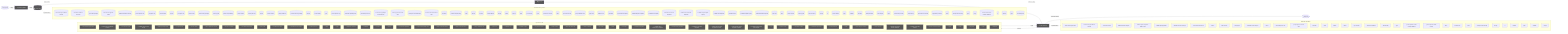
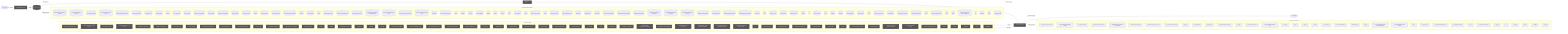
flowchart LR
  UserQ(["👤 User Query"])
  Embed["📐 Embedding Model"]
  VecDB[("📚 Vector Store")]
  Retriever["🔍 Retriever"]
  LLMNode["🧠 LLM / Generator"]
  Output(["✅ Response"])
  UserQ -->|query| Embed
  Embed -->|vector| VecDB
  VecDB -->|top-k chunks| Retriever
  Retriever -->|context + query| LLMNode
  LLMNode -->|generated answer| Output
  subgraph DetectedMemory["Detected memory stores"]
    det_detectedmemory_check_steering_feedback_contract_80134459[("check-steering-feedback-contract")]
    det_detectedmemory_normalize_workflow_contracts_8701f1c8[("normalize-workflow-contracts")]
    det_detectedmemory_sync_codex_preflight_7e7a8dc2[("sync-codex-preflight")]
    det_detectedmemory_test_harness_upgrade_matrix_84113c4e[("test-harness-upgrade-matrix")]
    det_detectedmemory_validate_workflow_contracts_33dc063c[("validate-workflow-contracts")]
    det_detectedmemory_branch_protect_core_a8feb0fd[("branch-protect-core")]
    det_detectedmemory_ci_migrate_core_7005b5af[("ci-migrate-core")]
    det_detectedmemory_context_health_80bb7da9[("context-health")]
    det_detectedmemory_context_ea7792a2[("context")]
    det_detectedmemory_docs_gate_core_eb9b6c18[("docs-gate-core")]
    det_detectedmemory_index_context_de3ed39d[("index-context")]
    det_detectedmemory_local_memory_preflight_dcc36c42[("local-memory-preflight")]
    det_detectedmemory_memory_gate_a577a506[("memory-gate")]
    det_detectedmemory_pattern_scope_siblings_43abe000[("pattern-scope-siblings")]
    det_detectedmemory_review_context_ca6cf81d[("review-context")]
    det_detectedmemory_review_gate_core_4c8001f9[("review-gate-core")]
    det_detectedmemory_search_24193290[("search")]
    det_detectedmemory_session_context_e5ec72c0[("session-context")]
    det_detectedmemory_tooling_audit_core_328d6a41[("tooling-audit-core")]
    det_detectedmemory_run_local_memory_preflight_36e92808[("run-local-memory-preflight")]
    det_detectedmemory_checker_d2d2328e[("checker")]
    det_detectedmemory_context_health_1_ceb11829[("context-health")]
    det_detectedmemory_types_2_d9bc6e7a[("types")]
    det_detectedmemory_branch_protect_sync_570adb18[("branch-protect-sync")]
    det_detectedmemory_command_capability_rules_ca3f496a[("command-capability-rules")]
    det_detectedmemory_command_specs_core_1c0ffc99[("command-specs-core")]
    det_detectedmemory_local_memory_preflight_command_spec_9e23f3ce[("local-memory-preflight-command-spec")]
    det_detectedmemory_memory_gate_command_spec_dc9001a9[("memory-gate-command-spec")]
    det_detectedmemory_review_gate_command_spec_3187376a[("review-gate-command-spec")]
    det_detectedmemory_session_context_command_spec_973afbb1[("session-context-command-spec")]
    det_detectedmemory_constants_7517017f[("constants")]
    det_detectedmemory_context_compact_policy_3dcaf95d[("context-compact-policy")]
    det_detectedmemory_index_2_10143590[("index")]
    det_detectedmemory_indexer_70fa78e5[("indexer")]
    det_detectedmemory_init_error_5c7dd49f[("init-error")]
    det_detectedmemory_lexical_fallback_723e2b3e[("lexical-fallback")]
    det_detectedmemory_ollama_76e3c7bf[("ollama")]
    det_detectedmemory_rollout_a4fa034c[("rollout")]
    det_detectedmemory_sources_878a52fc[("sources")]
    det_detectedmemory_store_824d80d7[("store")]
    det_detectedmemory_sync_contract_c79fa191[("sync-contract")]
    det_detectedmemory_types_7_2f1ed65e[("types")]
    det_detectedmemory_harness_run_context_ac7c77a9[("harness-run-context")]
    det_detectedmemory_index_3_7e40d474[("index")]
    det_detectedmemory_json_schema_core_96d7e328[("json-schema-core")]
    det_detectedmemory_policy_validators_core_714a3fe7[("policy-validators-core")]
    det_detectedmemory_types_core_e405ddca[("types-core")]
    det_detectedmemory_validator_core_4358f8ba[("validator-core")]
    det_detectedmemory_init_modes_c05ceb07[("init-modes")]
    det_detectedmemory_project_brain_templates_7ef51530[("project-brain-templates")]
    det_detectedmemory_scaffold_diagram_templates_dd88e83c[("scaffold-diagram-templates")]
    det_detectedmemory_scaffold_doc_templates_f6152330[("scaffold-doc-templates")]
    det_detectedmemory_scaffold_environment_templates_c1ceba6a[("scaffold-environment-templates")]
    det_detectedmemory_scaffold_root_command_templates_404fed7f[("scaffold-root-command-templates")]
    det_detectedmemory_scaffold_script_template_registry_69312d4e[("scaffold-script-template-registry")]
    det_detectedmemory_scaffold_shell_templates_0ad0f915[("scaffold-shell-templates")]
    det_detectedmemory_scaffold_surfaces_12d6494e[("scaffold-surfaces")]
    det_detectedmemory_scaffold_template_registry_b1cce2aa[("scaffold-template-registry")]
    det_detectedmemory_scaffold_workflow_template_92310587[("scaffold-workflow-template")]
    det_detectedmemory_eval_seed_5699fd3e[("eval-seed")]
    det_detectedmemory_index_8_6f0f20ec[("index")]
    det_detectedmemory_review_context_1_e3afed15[("review-context")]
    det_detectedmemory_memory_gate_1_265164ac[("memory-gate")]
    det_detectedmemory_branch_enforcer_acb749cd[("branch-enforcer")]
    det_detectedmemory_cli_args_5_09ea29f0[("cli-args")]
    det_detectedmemory_cli_6_eac72be2[("cli")]
    det_detectedmemory_metrics_tracker_98cec29c[("metrics-tracker")]
    det_detectedmemory_types_17_ed30531c[("types")]
    det_detectedmemory_validator_4_5180cf23[("validator")]
    det_detectedmemory_classifier_fe1991a9[("classifier")]
    det_detectedmemory_tooling_baseline_50ab2eeb[("tooling-baseline")]
    det_detectedmemory_claim_helpers_20dc8387[("claim-helpers")]
    det_detectedmemory_types_22_f3cf4a73[("types")]
    det_detectedmemory_local_memory_smoke_1175abfc[("local-memory-smoke")]
    det_detectedmemory_local_memory_0db17ecc[("local-memory")]
    det_detectedmemory_performance_overload_c685bfcf[("performance-overload")]
    det_detectedmemory_suggestion_generator_0956f794[("suggestion-generator")]
    det_detectedmemory_index_10_f6785a46[("index")]
    det_detectedmemory_prompt_context_receipt_17b862b2[("prompt-context-receipt")]
    det_detectedmemory_types_29_929d5a70[("types")]
    det_detectedmemory_policy_1_fc4198db[("policy")]
    det_detectedmemory_runtime_card_codex_runtime_validation_d8ce9934[("runtime-card-codex-runtime-validation")]
    det_detectedmemory_cli_11_338a8415[("cli")]
    det_detectedmemory_collector_0736fd5b[("collector")]
    det_detectedmemory_types_32_bfe791ff[("types")]
    det_detectedmemory_overload_guard_2748c559[("overload-guard")]
  end
  VecDB -. "implemented by" .-> DetectedMemory
  subgraph DetectedLLM["Detected LLM clients"]
    det_detectedllm_check_codex_agent_roles_5bb2e89b["check-codex-agent-roles"]
    det_detectedllm_check_steering_feedback_contract_80134459["check-steering-feedback-contract"]
    det_detectedllm_run_harness_evals_77704768["run-harness-evals"]
    det_detectedllm_validate_decision_request_2e5c325e["validate-decision-request"]
    det_detectedllm_validate_goal_completion_audit_receipt_100d252c["validate-goal-completion-audit-receipt"]
    det_detectedllm_validate_packaged_skill_5e32c890["validate-packaged-skill"]
    det_detectedllm_validate_reviewer_coverage_251efee3["validate-reviewer-coverage"]
    det_detectedllm_check_environment_core_2c16213f["check-environment-core"]
    det_detectedllm_context_ea7792a2["context"]
    det_detectedllm_index_context_de3ed39d["index-context"]
    det_detectedllm_prompt_gate_c5e9d207["prompt-gate"]
    det_detectedllm_remediate_runner_helpers_929fedcc["remediate-runner-helpers"]
    det_detectedllm_search_24193290["search"]
    det_detectedllm_command_specs_core_1c0ffc99["command-specs-core"]
    det_detectedllm_prompt_gate_command_spec_9a941482["prompt-gate-command-spec"]
    det_detectedllm_constants_7517017f["constants"]
    det_detectedllm_index_2_10143590["index"]
    det_detectedllm_indexer_70fa78e5["indexer"]
    det_detectedllm_ollama_76e3c7bf["ollama"]
    det_detectedllm_sync_contract_c79fa191["sync-contract"]
    det_detectedllm_north_star_validators_cfc926ce["north-star-validators"]
    det_detectedllm_hilt_boundary_9b36fb15["hilt-boundary"]
    det_detectedllm_types_9_1db4641f["types"]
    det_detectedllm_goal_completion_audit_receipt_validation_9d0f4891["goal-completion-audit-receipt-validation"]
    det_detectedllm_goal_completion_audit_receipt_5e4939c3["goal-completion-audit-receipt"]
    det_detectedllm_index_4_013aa0e3["index"]
    det_detectedllm_sensitive_text_7c11f760["sensitive-text"]
+     det_detectedllm_pr_template_validator_rules_20a32d6b["pr-template-validator-rules"]
+     det_detectedllm_pr_template_validator_f1a53aee["pr-template-validator"]
    det_detectedllm_index_10_f6785a46["index"]
    det_detectedllm_prompt_context_receipt_17b862b2["prompt-context-receipt"]
    det_detectedllm_cli_args_9_9c136878["cli-args"]
    det_detectedllm_cli_10_35dc8cbd["cli"]
    det_detectedllm_sections_4697ef32["sections"]
    det_detectedllm_types_25_89d086aa["types"]
    det_detectedllm_validator_6_3688adbf["validator"]
    det_detectedllm_cli_args_10_861cdd3f["cli-args"]
  end
  LLMNode -. "implemented by" .-> DetectedLLM
  subgraph DetectedTools["Agentic tool calls"]
    det_detectedtools_check_codex_agent_roles_5bb2e89b["🔧 check-codex-agent-roles"]
    det_detectedtools_check_steering_feedback_contract_80134459["🔧 check-steering-feedback-contract"]
    det_detectedtools_run_harness_evals_77704768["🔧 run-harness-evals"]
    det_detectedtools_validate_action_review_receipt_fa2f06c3["🔧 validate-action-review-receipt"]
    det_detectedtools_validate_packaged_skill_5e32c890["🔧 validate-packaged-skill"]
+     det_detectedtools_validate_replay_packet_f309747e["🔧 validate-replay-packet"]
    det_detectedtools_ci_migrate_core_7005b5af["🔧 ci-migrate-core"]
    det_detectedtools_doctor_checks_5a2eb2b9["🔧 doctor-checks"]
    det_detectedtools_doctor_github_tool_checks_a53b0382["🔧 doctor-github-tool-checks"]
    det_detectedtools_doctor_tool_checks_4acac51a["🔧 doctor-tool-checks"]
    det_detectedtools_next_blocked_decisions_4140ad2b["🔧 next-blocked-decisions"]
    det_detectedtools_policy_gate_213f7313["🔧 policy-gate"]
    det_detectedtools_remediate_cli_output_cc165396["🔧 remediate-cli-output"]
    det_detectedtools_remediate_runner_helpers_929fedcc["🔧 remediate-runner-helpers"]
    det_detectedtools_review_gate_core_4c8001f9["🔧 review-gate-core"]
    det_detectedtools_index_1bc04b52["🔧 index"]
    det_detectedtools_types_1_4ecdf56e["🔧 types"]
    det_detectedtools_validation_constants_e002a0f6["🔧 validation-constants"]
    det_detectedtools_validation_98c41dcd["🔧 validation"]
    det_detectedtools_checker_d2d2328e["🔧 checker"]
    det_detectedtools_cli_args_1_6144b055["🔧 cli-args"]
    det_detectedtools_command_capabilities_a4d5c71e["🔧 command-capabilities"]
    det_detectedtools_command_capability_rules_ca3f496a["🔧 command-capability-rules"]
    det_detectedtools_linear_command_actions_e430f4f4["🔧 linear-command-actions"]
    det_detectedtools_linear_command_runner_4a740dfc["🔧 linear-command-runner"]
    det_detectedtools_policy_validators_core_714a3fe7["🔧 policy-validators-core"]
    det_detectedtools_types_core_e405ddca["🔧 types-core"]
    det_detectedtools_validator_core_4358f8ba["🔧 validator-core"]
    det_detectedtools_validator_helpers_7b927667["🔧 validator-helpers"]
    det_detectedtools_he_phase_exit_core_1148895b["🔧 he-phase-exit-core"]
    det_detectedtools_ralph_runtime_73d63c0e["🔧 ralph-runtime"]
    det_detectedtools_observed_skill_usage_ed7d5930["🔧 observed-skill-usage"]
    det_detectedtools_closure_evidence_aaa31467["🔧 closure-evidence"]
    det_detectedtools_pr_creator_dc6b1ea4["🔧 pr-creator"]
    det_detectedtools_client_948fe603["🔧 client"]
    det_detectedtools_init_output_360dce91["🔧 init-output"]
    det_detectedtools_scaffold_ci_templates_2afd6392["🔧 scaffold-ci-templates"]
    det_detectedtools_scaffold_codex_environment_templates_334fbbed["🔧 scaffold-codex-environment-templates"]
    det_detectedtools_scaffold_config_templates_4b80ce53["🔧 scaffold-config-templates"]
    det_detectedtools_scaffold_environment_templates_c1ceba6a["🔧 scaffold-environment-templates"]
    det_detectedtools_scaffold_github_actions_pr_pipeline_renderer_1ee18de5["🔧 scaffold-github-actions-pr-pipeline-renderer"]
    det_detectedtools_scaffold_github_actions_pr_pipeline_template_e2b85f62["🔧 scaffold-github-actions-pr-pipeline-template"]
    det_detectedtools_scaffold_release_private_npm_template_075499f8["🔧 scaffold-release-private-npm-template"]
    det_detectedtools_cli_6_eac72be2["🔧 cli"]
    det_detectedtools_metrics_tracker_98cec29c["🔧 metrics-tracker"]
    det_detectedtools_normalise_renderer_85f2e563["🔧 normalise-renderer"]
    det_detectedtools_evaluation_engine_core_e054fe49["🔧 evaluation-engine-core"]
    det_detectedtools_tooling_baseline_50ab2eeb["🔧 tooling-baseline"]
+     det_detectedtools_replay_packet_a1293f88["🔧 replay-packet"]
    det_detectedtools_index_11_ffcd5842["🔧 index"]
    det_detectedtools_review_lifecycle_contract_e5447221["🔧 review-lifecycle-contract"]
    det_detectedtools_review_lifecycle_89afa64c["🔧 review-lifecycle"]
    det_detectedtools_runtime_card_codex_runtime_validation_d8ce9934["🔧 runtime-card-codex-runtime-validation"]
    det_detectedtools_runtime_card_codex_runtime_0655e230["🔧 runtime-card-codex-runtime"]
    det_detectedtools_runtime_evidence_bundle_d471a232["🔧 runtime-evidence-bundle"]
    det_detectedtools_types_34_85e6a0bb["🔧 types"]
    det_detectedtools_index_14_d982116c["🔧 index"]
    det_detectedtools_projection_1b250ea1["🔧 projection"]
    det_detectedtools_types_36_674380ec["🔧 types"]
    det_detectedtools_validation_6_097a7ce3["🔧 validation"]
  end
  LLMNode -->|tool use| DetectedTools
  DetectedTools -->|result| LLMNode
  classDef memNode fill:#555,color:#fff
  class VecDB,Retriever memNode
  classDef llmNode fill:#555,color:#fff
  class LLMNode,Embed llmNode
  classDef toolNode fill:#555,color:#fff
-   class det_detectedtools_check_codex_agent_roles_5bb2e89b,det_detectedtools_check_steering_feedback_contract_80134459,det_detectedtools_run_harness_evals_77704768,det_detectedtools_validate_action_review_receipt_fa2f06c3,det_detectedtools_validate_packaged_skill_5e32c890,det_detectedtools_ci_migrate_core_7005b5af,det_detectedtools_doctor_checks_5a2eb2b9,det_detectedtools_doctor_github_tool_checks_a53b0382,det_detectedtools_doctor_tool_checks_4acac51a,det_detectedtools_next_blocked_decisions_4140ad2b,det_detectedtools_policy_gate_213f7313,det_detectedtools_remediate_cli_output_cc165396,det_detectedtools_remediate_runner_helpers_929fedcc,det_detectedtools_review_gate_core_4c8001f9,det_detectedtools_index_1bc04b52,det_detectedtools_types_1_4ecdf56e,det_detectedtools_validation_constants_e002a0f6,det_detectedtools_validation_98c41dcd,det_detectedtools_checker_d2d2328e,det_detectedtools_cli_args_1_6144b055,det_detectedtools_command_capabilities_a4d5c71e,det_detectedtools_command_capability_rules_ca3f496a,det_detectedtools_linear_command_actions_e430f4f4,det_detectedtools_linear_command_runner_4a740dfc,det_detectedtools_policy_validators_core_714a3fe7,det_detectedtools_types_core_e405ddca,det_detectedtools_validator_core_4358f8ba,det_detectedtools_validator_helpers_7b927667,det_detectedtools_he_phase_exit_core_1148895b,det_detectedtools_ralph_runtime_73d63c0e,det_detectedtools_observed_skill_usage_ed7d5930,det_detectedtools_closure_evidence_aaa31467,det_detectedtools_pr_creator_dc6b1ea4,det_detectedtools_client_948fe603,det_detectedtools_init_output_360dce91,det_detectedtools_scaffold_ci_templates_2afd6392,det_detectedtools_scaffold_codex_environment_templates_334fbbed,det_detectedtools_scaffold_config_templates_4b80ce53,det_detectedtools_scaffold_environment_templates_c1ceba6a,det_detectedtools_scaffold_github_actions_pr_pipeline_renderer_1ee18de5,det_detectedtools_scaffold_github_actions_pr_pipeline_template_e2b85f62,det_detectedtools_scaffold_release_private_npm_template_075499f8,det_detectedtools_cli_6_eac72be2,det_detectedtools_metrics_tracker_98cec29c,det_detectedtools_normalise_renderer_85f2e563,det_detectedtools_evaluation_engine_core_e054fe49,det_detectedtools_tooling_baseline_50ab2eeb,det_detectedtools_index_11_ffcd5842,det_detectedtools_review_lifecycle_contract_e5447221,det_detectedtools_review_lifecycle_89afa64c,det_detectedtools_runtime_card_codex_runtime_validation_d8ce9934,det_detectedtools_runtime_card_codex_runtime_0655e230,det_detectedtools_runtime_evidence_bundle_d471a232,det_detectedtools_types_34_85e6a0bb,det_detectedtools_index_14_d982116c,det_detectedtools_projection_1b250ea1,det_detectedtools_types_36_674380ec,det_detectedtools_validation_6_097a7ce3 toolNode
+   class det_detectedtools_check_codex_agent_roles_5bb2e89b,det_detectedtools_check_steering_feedback_contract_80134459,det_detectedtools_run_harness_evals_77704768,det_detectedtools_validate_action_review_receipt_fa2f06c3,det_detectedtools_validate_packaged_skill_5e32c890,det_detectedtools_validate_replay_packet_f309747e,det_detectedtools_ci_migrate_core_7005b5af,det_detectedtools_doctor_checks_5a2eb2b9,det_detectedtools_doctor_github_tool_checks_a53b0382,det_detectedtools_doctor_tool_checks_4acac51a,det_detectedtools_next_blocked_decisions_4140ad2b,det_detectedtools_policy_gate_213f7313,det_detectedtools_remediate_cli_output_cc165396,det_detectedtools_remediate_runner_helpers_929fedcc,det_detectedtools_review_gate_core_4c8001f9,det_detectedtools_index_1bc04b52,det_detectedtools_types_1_4ecdf56e,det_detectedtools_validation_constants_e002a0f6,det_detectedtools_validation_98c41dcd,det_detectedtools_checker_d2d2328e,det_detectedtools_cli_args_1_6144b055,det_detectedtools_command_capabilities_a4d5c71e,det_detectedtools_command_capability_rules_ca3f496a,det_detectedtools_linear_command_actions_e430f4f4,det_detectedtools_linear_command_runner_4a740dfc,det_detectedtools_policy_validators_core_714a3fe7,det_detectedtools_types_core_e405ddca,det_detectedtools_validator_core_4358f8ba,det_detectedtools_validator_helpers_7b927667,det_detectedtools_he_phase_exit_core_1148895b,det_detectedtools_ralph_runtime_73d63c0e,det_detectedtools_observed_skill_usage_ed7d5930,det_detectedtools_closure_evidence_aaa31467,det_detectedtools_pr_creator_dc6b1ea4,det_detectedtools_client_948fe603,det_detectedtools_init_output_360dce91,det_detectedtools_scaffold_ci_templates_2afd6392,det_detectedtools_scaffold_codex_environment_templates_334fbbed,det_detectedtools_scaffold_config_templates_4b80ce53,det_detectedtools_scaffold_environment_templates_c1ceba6a,det_detectedtools_scaffold_github_actions_pr_pipeline_renderer_1ee18de5,det_detectedtools_scaffold_github_actions_pr_pipeline_template_e2b85f62,det_detectedtools_scaffold_release_private_npm_template_075499f8,det_detectedtools_cli_6_eac72be2,det_detectedtools_metrics_tracker_98cec29c,det_detectedtools_normalise_renderer_85f2e563,det_detectedtools_evaluation_engine_core_e054fe49,det_detectedtools_tooling_baseline_50ab2eeb,det_detectedtools_replay_packet_a1293f88,det_detectedtools_index_11_ffcd5842,det_detectedtools_review_lifecycle_contract_e5447221,det_detectedtools_review_lifecycle_89afa64c,det_detectedtools_runtime_card_codex_runtime_validation_d8ce9934,det_detectedtools_runtime_card_codex_runtime_0655e230,det_detectedtools_runtime_evidence_bundle_d471a232,det_detectedtools_types_34_85e6a0bb,det_detectedtools_index_14_d982116c,det_detectedtools_projection_1b250ea1,det_detectedtools_types_36_674380ec,det_detectedtools_validation_6_097a7ce3 toolNode
